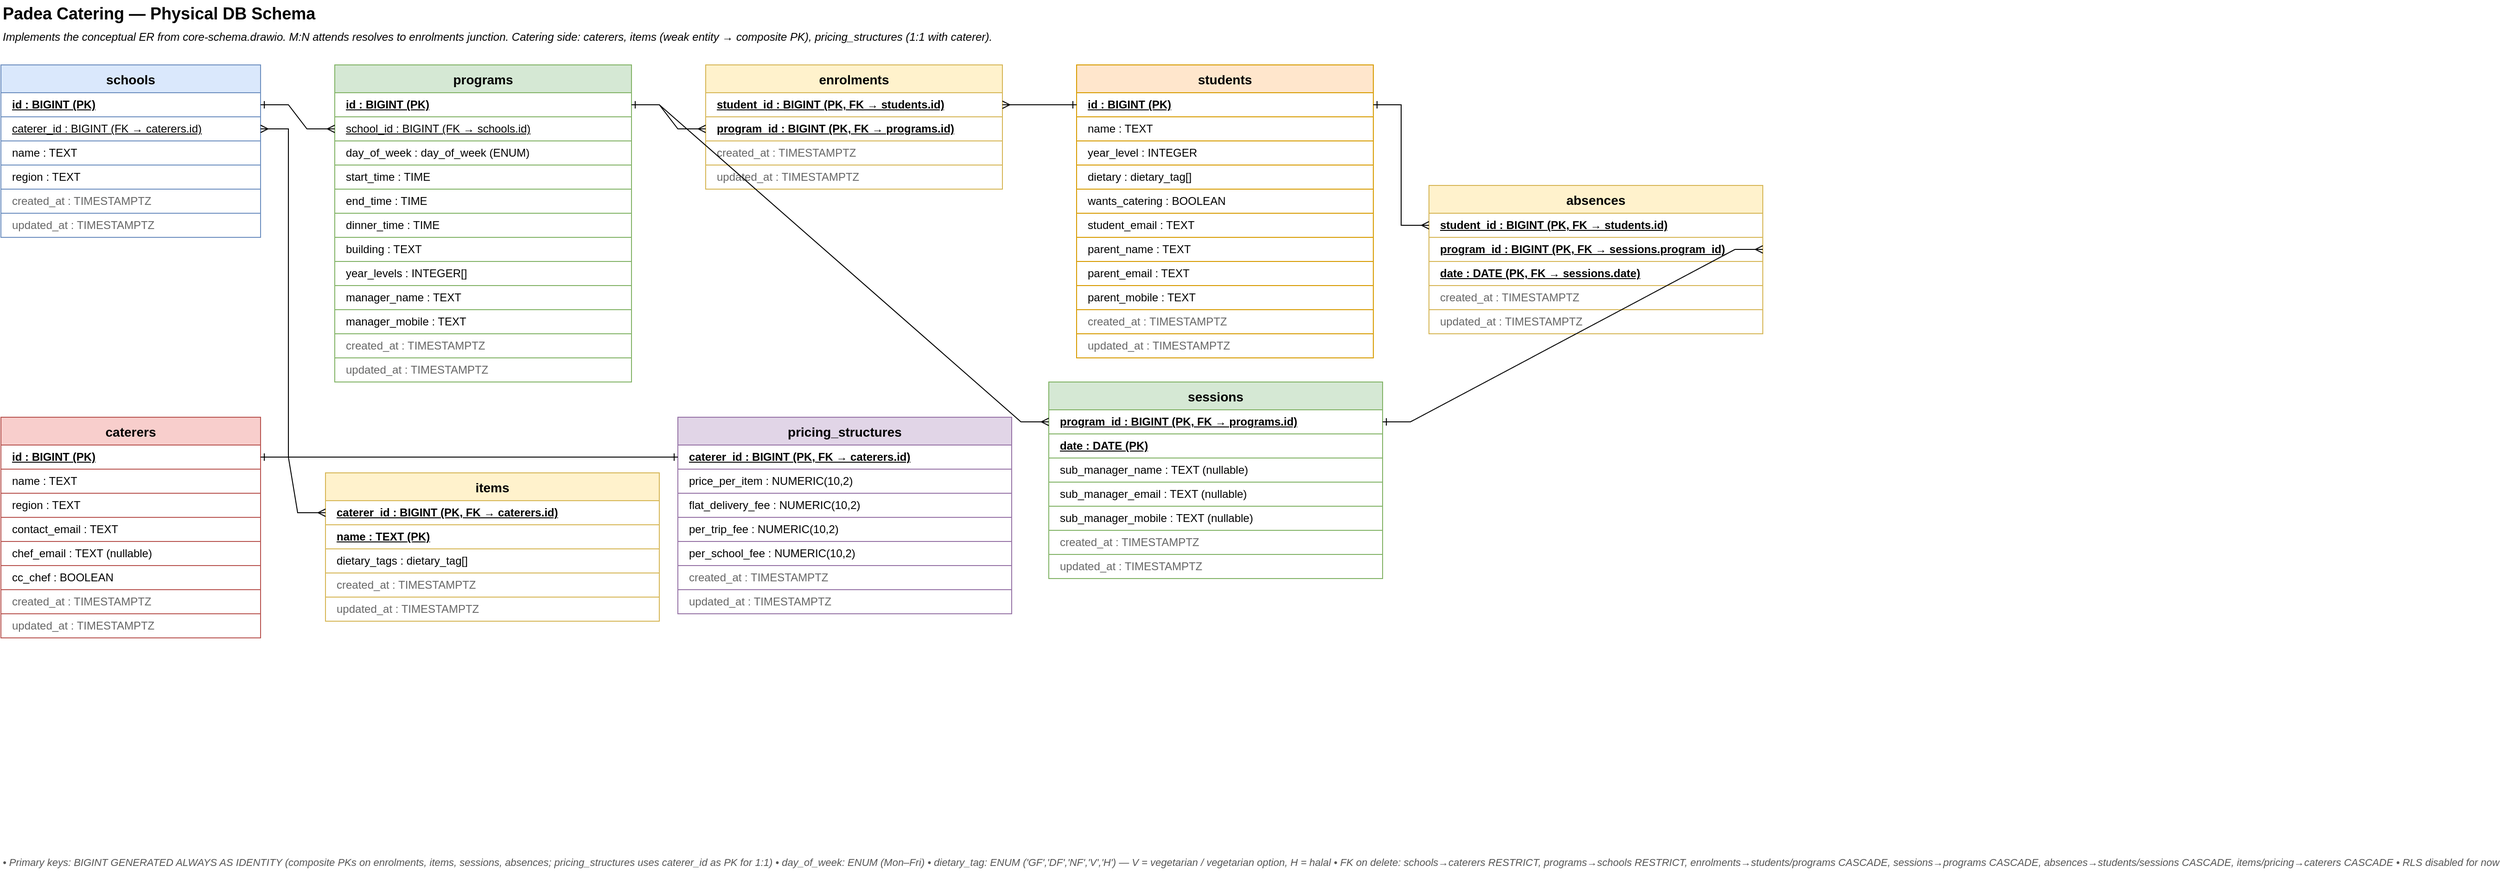
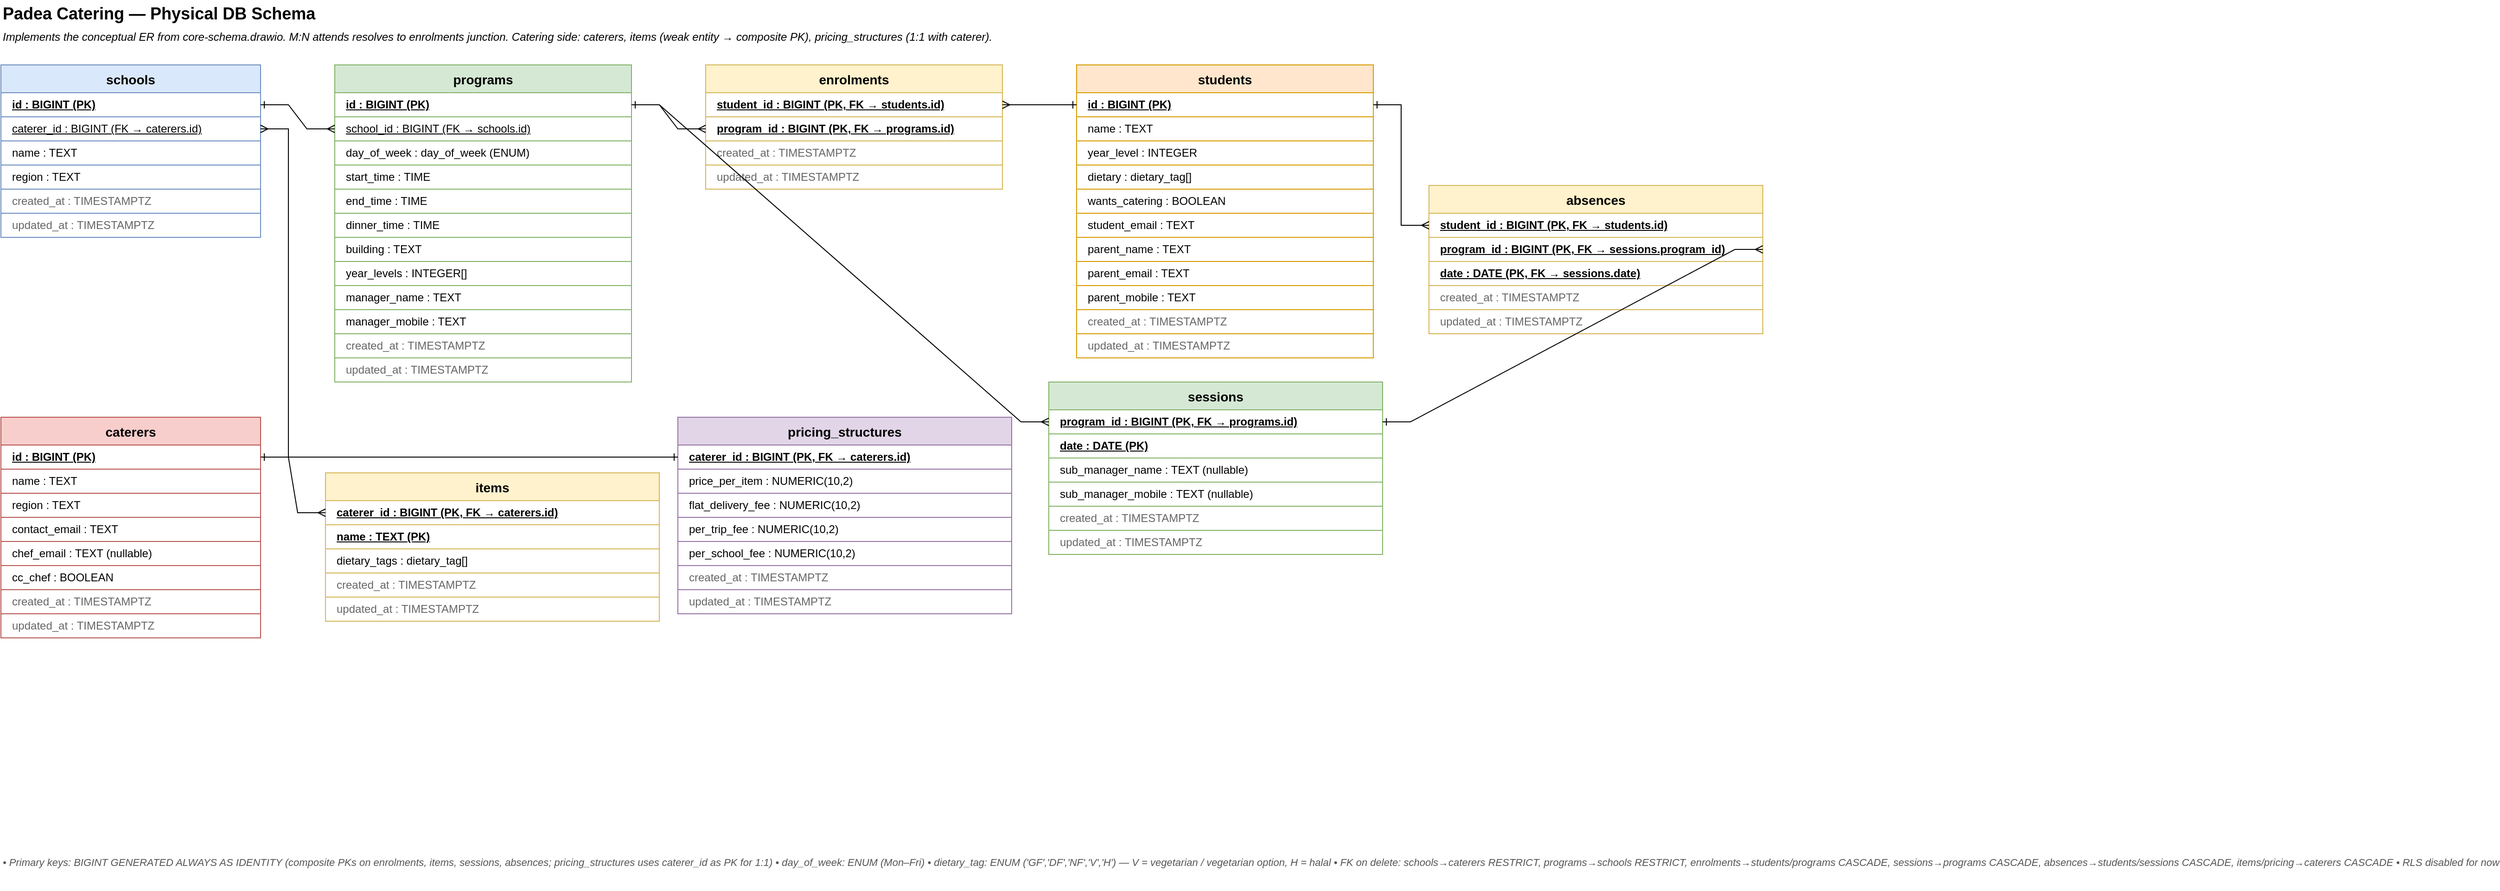
<mxfile host="65bd71144e">
    <diagram name="DB Schema" id="db-schema">
        <mxGraphModel dx="714" dy="779" grid="1" gridSize="10" guides="1" tooltips="1" connect="1" arrows="1" fold="1" page="1" pageScale="1" pageWidth="1700" pageHeight="1000" math="0" shadow="0">
            <root>
                <mxCell id="0"/>
                <mxCell id="1" parent="0"/>
                <mxCell id="title" value="Padea Catering — Physical DB Schema" style="text;html=1;align=left;verticalAlign=middle;fontSize=18;fontStyle=1;" parent="1" vertex="1">
                    <mxGeometry x="40" y="20" width="800" height="30" as="geometry"/>
                </mxCell>
                <mxCell id="subtitle" value="Implements the conceptual ER from core-schema.drawio. M:N attends resolves to enrolments junction. Catering side: caterers, items (weak entity → composite PK), pricing_structures (1:1 with caterer)." style="text;html=1;align=left;verticalAlign=middle;fontSize=12;fontStyle=2;" parent="1" vertex="1">
                    <mxGeometry x="40" y="50" width="1500" height="20" as="geometry"/>
                </mxCell>
                <mxCell id="schools" value="schools" style="shape=table;startSize=30;container=1;collapsible=0;childLayout=tableLayout;fontSize=14;fontStyle=1;fillColor=#dae8fc;strokeColor=#6c8ebf;" parent="1" vertex="1">
                    <mxGeometry x="40" y="90" width="280" height="186" as="geometry"/>
                </mxCell>
                <mxCell id="schools-r1" value="" style="shape=tableRow;horizontal=0;startSize=0;swimlaneHead=0;swimlaneBody=0;strokeColor=inherit;top=0;left=0;bottom=0;right=0;collapsible=0;dropTarget=0;fillColor=none;points=[[0,0.5],[1,0.5]];portConstraint=eastwest;fontSize=12;" parent="schools" vertex="1">
                    <mxGeometry y="30" width="280" height="26" as="geometry"/>
                </mxCell>
                <mxCell id="schools-r1-c" value="id : BIGINT  (PK)" style="shape=partialRectangle;html=1;whiteSpace=wrap;connectable=0;strokeColor=inherit;overflow=hidden;fillColor=none;top=0;left=0;bottom=0;right=0;pointerEvents=1;fontStyle=5;align=left;spacingLeft=10;" parent="schools-r1" vertex="1">
                    <mxGeometry width="280" height="26" as="geometry"/>
                </mxCell>
                <mxCell id="schools-r-cat" value="" style="shape=tableRow;horizontal=0;startSize=0;swimlaneHead=0;swimlaneBody=0;strokeColor=inherit;top=0;left=0;bottom=0;right=0;collapsible=0;dropTarget=0;fillColor=none;points=[[0,0.5],[1,0.5]];portConstraint=eastwest;fontSize=12;" parent="schools" vertex="1">
                    <mxGeometry y="56" width="280" height="26" as="geometry"/>
                </mxCell>
                <mxCell id="schools-r-cat-c" value="caterer_id : BIGINT  (FK → caterers.id)" style="shape=partialRectangle;html=1;whiteSpace=wrap;connectable=0;strokeColor=inherit;overflow=hidden;fillColor=none;top=0;left=0;bottom=0;right=0;pointerEvents=1;fontStyle=4;align=left;spacingLeft=10;" parent="schools-r-cat" vertex="1">
                    <mxGeometry width="280" height="26" as="geometry"/>
                </mxCell>
                <mxCell id="schools-r2" value="" style="shape=tableRow;horizontal=0;startSize=0;swimlaneHead=0;swimlaneBody=0;strokeColor=inherit;top=0;left=0;bottom=0;right=0;collapsible=0;dropTarget=0;fillColor=none;points=[[0,0.5],[1,0.5]];portConstraint=eastwest;fontSize=12;" parent="schools" vertex="1">
                    <mxGeometry y="82" width="280" height="26" as="geometry"/>
                </mxCell>
                <mxCell id="schools-r2-c" value="name : TEXT" style="shape=partialRectangle;html=1;whiteSpace=wrap;connectable=0;strokeColor=inherit;overflow=hidden;fillColor=none;top=0;left=0;bottom=0;right=0;pointerEvents=1;align=left;spacingLeft=10;" parent="schools-r2" vertex="1">
                    <mxGeometry width="280" height="26" as="geometry"/>
                </mxCell>
                <mxCell id="schools-r3" value="" style="shape=tableRow;horizontal=0;startSize=0;swimlaneHead=0;swimlaneBody=0;strokeColor=inherit;top=0;left=0;bottom=0;right=0;collapsible=0;dropTarget=0;fillColor=none;points=[[0,0.5],[1,0.5]];portConstraint=eastwest;fontSize=12;" parent="schools" vertex="1">
                    <mxGeometry y="108" width="280" height="26" as="geometry"/>
                </mxCell>
                <mxCell id="schools-r3-c" value="region : TEXT" style="shape=partialRectangle;html=1;whiteSpace=wrap;connectable=0;strokeColor=inherit;overflow=hidden;fillColor=none;top=0;left=0;bottom=0;right=0;pointerEvents=1;align=left;spacingLeft=10;" parent="schools-r3" vertex="1">
                    <mxGeometry width="280" height="26" as="geometry"/>
                </mxCell>
                <mxCell id="schools-r4" value="" style="shape=tableRow;horizontal=0;startSize=0;swimlaneHead=0;swimlaneBody=0;strokeColor=inherit;top=0;left=0;bottom=0;right=0;collapsible=0;dropTarget=0;fillColor=none;points=[[0,0.5],[1,0.5]];portConstraint=eastwest;fontSize=12;" parent="schools" vertex="1">
                    <mxGeometry y="134" width="280" height="26" as="geometry"/>
                </mxCell>
                <mxCell id="schools-r4-c" value="created_at : TIMESTAMPTZ" style="shape=partialRectangle;html=1;whiteSpace=wrap;connectable=0;strokeColor=inherit;overflow=hidden;fillColor=none;top=0;left=0;bottom=0;right=0;pointerEvents=1;align=left;spacingLeft=10;fontColor=#666666;" parent="schools-r4" vertex="1">
                    <mxGeometry width="280" height="26" as="geometry"/>
                </mxCell>
                <mxCell id="schools-r5" value="" style="shape=tableRow;horizontal=0;startSize=0;swimlaneHead=0;swimlaneBody=0;strokeColor=inherit;top=0;left=0;bottom=0;right=0;collapsible=0;dropTarget=0;fillColor=none;points=[[0,0.5],[1,0.5]];portConstraint=eastwest;fontSize=12;" parent="schools" vertex="1">
                    <mxGeometry y="160" width="280" height="26" as="geometry"/>
                </mxCell>
                <mxCell id="schools-r5-c" value="updated_at : TIMESTAMPTZ" style="shape=partialRectangle;html=1;whiteSpace=wrap;connectable=0;strokeColor=inherit;overflow=hidden;fillColor=none;top=0;left=0;bottom=0;right=0;pointerEvents=1;align=left;spacingLeft=10;fontColor=#666666;" parent="schools-r5" vertex="1">
                    <mxGeometry width="280" height="26" as="geometry"/>
                </mxCell>
                <mxCell id="sessions" value="programs" style="shape=table;startSize=30;container=1;collapsible=0;childLayout=tableLayout;fontSize=14;fontStyle=1;fillColor=#d5e8d4;strokeColor=#82b366;" parent="1" vertex="1">
                    <mxGeometry x="400" y="90" width="320" height="342" as="geometry"/>
                </mxCell>
                <mxCell id="sessions-r1" value="" style="shape=tableRow;horizontal=0;startSize=0;swimlaneHead=0;swimlaneBody=0;strokeColor=inherit;top=0;left=0;bottom=0;right=0;collapsible=0;dropTarget=0;fillColor=none;points=[[0,0.5],[1,0.5]];portConstraint=eastwest;fontSize=12;" parent="sessions" vertex="1">
                    <mxGeometry y="30" width="320" height="26" as="geometry"/>
                </mxCell>
                <mxCell id="sessions-r1-c" value="id : BIGINT  (PK)" style="shape=partialRectangle;html=1;whiteSpace=wrap;connectable=0;strokeColor=inherit;overflow=hidden;fillColor=none;top=0;left=0;bottom=0;right=0;pointerEvents=1;fontStyle=5;align=left;spacingLeft=10;" parent="sessions-r1" vertex="1">
                    <mxGeometry width="320" height="26" as="geometry">
                        <mxRectangle width="320" height="26" as="alternateBounds"/>
                    </mxGeometry>
                </mxCell>
                <mxCell id="sessions-r2" value="" style="shape=tableRow;horizontal=0;startSize=0;swimlaneHead=0;swimlaneBody=0;strokeColor=inherit;top=0;left=0;bottom=0;right=0;collapsible=0;dropTarget=0;fillColor=none;points=[[0,0.5],[1,0.5]];portConstraint=eastwest;fontSize=12;" parent="sessions" vertex="1">
                    <mxGeometry y="56" width="320" height="26" as="geometry"/>
                </mxCell>
                <mxCell id="sessions-r2-c" value="school_id : BIGINT  (FK → schools.id)" style="shape=partialRectangle;html=1;whiteSpace=wrap;connectable=0;strokeColor=inherit;overflow=hidden;fillColor=none;top=0;left=0;bottom=0;right=0;pointerEvents=1;fontStyle=4;align=left;spacingLeft=10;" parent="sessions-r2" vertex="1">
                    <mxGeometry width="320" height="26" as="geometry">
                        <mxRectangle width="320" height="26" as="alternateBounds"/>
                    </mxGeometry>
                </mxCell>
                <mxCell id="sessions-r3" value="" style="shape=tableRow;horizontal=0;startSize=0;swimlaneHead=0;swimlaneBody=0;strokeColor=inherit;top=0;left=0;bottom=0;right=0;collapsible=0;dropTarget=0;fillColor=none;points=[[0,0.5],[1,0.5]];portConstraint=eastwest;fontSize=12;" parent="sessions" vertex="1">
                    <mxGeometry y="82" width="320" height="26" as="geometry"/>
                </mxCell>
                <mxCell id="sessions-r3-c" value="day_of_week : day_of_week (ENUM)" style="shape=partialRectangle;html=1;whiteSpace=wrap;connectable=0;strokeColor=inherit;overflow=hidden;fillColor=none;top=0;left=0;bottom=0;right=0;pointerEvents=1;align=left;spacingLeft=10;" parent="sessions-r3" vertex="1">
                    <mxGeometry width="320" height="26" as="geometry">
                        <mxRectangle width="320" height="26" as="alternateBounds"/>
                    </mxGeometry>
                </mxCell>
                <mxCell id="sessions-r4" value="" style="shape=tableRow;horizontal=0;startSize=0;swimlaneHead=0;swimlaneBody=0;strokeColor=inherit;top=0;left=0;bottom=0;right=0;collapsible=0;dropTarget=0;fillColor=none;points=[[0,0.5],[1,0.5]];portConstraint=eastwest;fontSize=12;" parent="sessions" vertex="1">
                    <mxGeometry y="108" width="320" height="26" as="geometry"/>
                </mxCell>
                <mxCell id="sessions-r4-c" value="start_time : TIME" style="shape=partialRectangle;html=1;whiteSpace=wrap;connectable=0;strokeColor=inherit;overflow=hidden;fillColor=none;top=0;left=0;bottom=0;right=0;pointerEvents=1;align=left;spacingLeft=10;" parent="sessions-r4" vertex="1">
                    <mxGeometry width="320" height="26" as="geometry">
                        <mxRectangle width="320" height="26" as="alternateBounds"/>
                    </mxGeometry>
                </mxCell>
                <mxCell id="sessions-r5" value="" style="shape=tableRow;horizontal=0;startSize=0;swimlaneHead=0;swimlaneBody=0;strokeColor=inherit;top=0;left=0;bottom=0;right=0;collapsible=0;dropTarget=0;fillColor=none;points=[[0,0.5],[1,0.5]];portConstraint=eastwest;fontSize=12;" parent="sessions" vertex="1">
                    <mxGeometry y="134" width="320" height="26" as="geometry"/>
                </mxCell>
                <mxCell id="sessions-r5-c" value="end_time : TIME" style="shape=partialRectangle;html=1;whiteSpace=wrap;connectable=0;strokeColor=inherit;overflow=hidden;fillColor=none;top=0;left=0;bottom=0;right=0;pointerEvents=1;align=left;spacingLeft=10;" parent="sessions-r5" vertex="1">
                    <mxGeometry width="320" height="26" as="geometry">
                        <mxRectangle width="320" height="26" as="alternateBounds"/>
                    </mxGeometry>
                </mxCell>
                <mxCell id="sessions-r6" value="" style="shape=tableRow;horizontal=0;startSize=0;swimlaneHead=0;swimlaneBody=0;strokeColor=inherit;top=0;left=0;bottom=0;right=0;collapsible=0;dropTarget=0;fillColor=none;points=[[0,0.5],[1,0.5]];portConstraint=eastwest;fontSize=12;" parent="sessions" vertex="1">
                    <mxGeometry y="160" width="320" height="26" as="geometry"/>
                </mxCell>
                <mxCell id="sessions-r6-c" value="dinner_time : TIME" style="shape=partialRectangle;html=1;whiteSpace=wrap;connectable=0;strokeColor=inherit;overflow=hidden;fillColor=none;top=0;left=0;bottom=0;right=0;pointerEvents=1;align=left;spacingLeft=10;" parent="sessions-r6" vertex="1">
                    <mxGeometry width="320" height="26" as="geometry">
                        <mxRectangle width="320" height="26" as="alternateBounds"/>
                    </mxGeometry>
                </mxCell>
                <mxCell id="sessions-r7" value="" style="shape=tableRow;horizontal=0;startSize=0;swimlaneHead=0;swimlaneBody=0;strokeColor=inherit;top=0;left=0;bottom=0;right=0;collapsible=0;dropTarget=0;fillColor=none;points=[[0,0.5],[1,0.5]];portConstraint=eastwest;fontSize=12;" parent="sessions" vertex="1">
                    <mxGeometry y="186" width="320" height="26" as="geometry"/>
                </mxCell>
                <mxCell id="sessions-r7-c" value="building : TEXT" style="shape=partialRectangle;html=1;whiteSpace=wrap;connectable=0;strokeColor=inherit;overflow=hidden;fillColor=none;top=0;left=0;bottom=0;right=0;pointerEvents=1;align=left;spacingLeft=10;" parent="sessions-r7" vertex="1">
                    <mxGeometry width="320" height="26" as="geometry">
                        <mxRectangle width="320" height="26" as="alternateBounds"/>
                    </mxGeometry>
                </mxCell>
                <mxCell id="sessions-r8" value="" style="shape=tableRow;horizontal=0;startSize=0;swimlaneHead=0;swimlaneBody=0;strokeColor=inherit;top=0;left=0;bottom=0;right=0;collapsible=0;dropTarget=0;fillColor=none;points=[[0,0.5],[1,0.5]];portConstraint=eastwest;fontSize=12;" parent="sessions" vertex="1">
                    <mxGeometry y="212" width="320" height="26" as="geometry"/>
                </mxCell>
                <mxCell id="sessions-r8-c" value="year_levels : INTEGER[]" style="shape=partialRectangle;html=1;whiteSpace=wrap;connectable=0;strokeColor=inherit;overflow=hidden;fillColor=none;top=0;left=0;bottom=0;right=0;pointerEvents=1;align=left;spacingLeft=10;" parent="sessions-r8" vertex="1">
                    <mxGeometry width="320" height="26" as="geometry">
                        <mxRectangle width="320" height="26" as="alternateBounds"/>
                    </mxGeometry>
                </mxCell>
                <mxCell id="sessions-r9" value="" style="shape=tableRow;horizontal=0;startSize=0;swimlaneHead=0;swimlaneBody=0;strokeColor=inherit;top=0;left=0;bottom=0;right=0;collapsible=0;dropTarget=0;fillColor=none;points=[[0,0.5],[1,0.5]];portConstraint=eastwest;fontSize=12;" parent="sessions" vertex="1">
                    <mxGeometry y="238" width="320" height="26" as="geometry"/>
                </mxCell>
                <mxCell id="sessions-r9-c" value="manager_name : TEXT" style="shape=partialRectangle;html=1;whiteSpace=wrap;connectable=0;strokeColor=inherit;overflow=hidden;fillColor=none;top=0;left=0;bottom=0;right=0;pointerEvents=1;align=left;spacingLeft=10;" parent="sessions-r9" vertex="1">
                    <mxGeometry width="320" height="26" as="geometry">
                        <mxRectangle width="320" height="26" as="alternateBounds"/>
                    </mxGeometry>
                </mxCell>
                <mxCell id="sessions-r10" value="" style="shape=tableRow;horizontal=0;startSize=0;swimlaneHead=0;swimlaneBody=0;strokeColor=inherit;top=0;left=0;bottom=0;right=0;collapsible=0;dropTarget=0;fillColor=none;points=[[0,0.5],[1,0.5]];portConstraint=eastwest;fontSize=12;" parent="sessions" vertex="1">
                    <mxGeometry y="264" width="320" height="26" as="geometry"/>
                </mxCell>
                <mxCell id="sessions-r10-c" value="manager_mobile : TEXT" style="shape=partialRectangle;html=1;whiteSpace=wrap;connectable=0;strokeColor=inherit;overflow=hidden;fillColor=none;top=0;left=0;bottom=0;right=0;pointerEvents=1;align=left;spacingLeft=10;" parent="sessions-r10" vertex="1">
                    <mxGeometry width="320" height="26" as="geometry">
                        <mxRectangle width="320" height="26" as="alternateBounds"/>
                    </mxGeometry>
                </mxCell>
                <mxCell id="sessions-r11" value="" style="shape=tableRow;horizontal=0;startSize=0;swimlaneHead=0;swimlaneBody=0;strokeColor=inherit;top=0;left=0;bottom=0;right=0;collapsible=0;dropTarget=0;fillColor=none;points=[[0,0.5],[1,0.5]];portConstraint=eastwest;fontSize=12;" parent="sessions" vertex="1">
                    <mxGeometry y="290" width="320" height="26" as="geometry"/>
                </mxCell>
                <mxCell id="sessions-r11-c" value="created_at : TIMESTAMPTZ" style="shape=partialRectangle;html=1;whiteSpace=wrap;connectable=0;strokeColor=inherit;overflow=hidden;fillColor=none;top=0;left=0;bottom=0;right=0;pointerEvents=1;align=left;spacingLeft=10;fontColor=#666666;" parent="sessions-r11" vertex="1">
                    <mxGeometry width="320" height="26" as="geometry">
                        <mxRectangle width="320" height="26" as="alternateBounds"/>
                    </mxGeometry>
                </mxCell>
                <mxCell id="sessions-r12" value="" style="shape=tableRow;horizontal=0;startSize=0;swimlaneHead=0;swimlaneBody=0;strokeColor=inherit;top=0;left=0;bottom=0;right=0;collapsible=0;dropTarget=0;fillColor=none;points=[[0,0.5],[1,0.5]];portConstraint=eastwest;fontSize=12;" parent="sessions" vertex="1">
                    <mxGeometry y="316" width="320" height="26" as="geometry"/>
                </mxCell>
                <mxCell id="sessions-r12-c" value="updated_at : TIMESTAMPTZ" style="shape=partialRectangle;html=1;whiteSpace=wrap;connectable=0;strokeColor=inherit;overflow=hidden;fillColor=none;top=0;left=0;bottom=0;right=0;pointerEvents=1;align=left;spacingLeft=10;fontColor=#666666;" parent="sessions-r12" vertex="1">
                    <mxGeometry width="320" height="26" as="geometry">
                        <mxRectangle width="320" height="26" as="alternateBounds"/>
                    </mxGeometry>
                </mxCell>
                <mxCell id="enrolments" value="enrolments" style="shape=table;startSize=30;container=1;collapsible=0;childLayout=tableLayout;fontSize=14;fontStyle=1;fillColor=#fff2cc;strokeColor=#d6b656;" parent="1" vertex="1">
                    <mxGeometry x="800" y="90" width="320" height="134" as="geometry"/>
                </mxCell>
                <mxCell id="enrolments-r2" value="" style="shape=tableRow;horizontal=0;startSize=0;swimlaneHead=0;swimlaneBody=0;strokeColor=inherit;top=0;left=0;bottom=0;right=0;collapsible=0;dropTarget=0;fillColor=none;points=[[0,0.5],[1,0.5]];portConstraint=eastwest;fontSize=12;" parent="enrolments" vertex="1">
                    <mxGeometry y="30" width="320" height="26" as="geometry"/>
                </mxCell>
                <mxCell id="enrolments-r2-c" value="student_id : BIGINT  (PK, FK → students.id)" style="shape=partialRectangle;html=1;whiteSpace=wrap;connectable=0;strokeColor=inherit;overflow=hidden;fillColor=none;top=0;left=0;bottom=0;right=0;pointerEvents=1;fontStyle=5;align=left;spacingLeft=10;" parent="enrolments-r2" vertex="1">
                    <mxGeometry width="320" height="26" as="geometry">
                        <mxRectangle width="320" height="26" as="alternateBounds"/>
                    </mxGeometry>
                </mxCell>
                <mxCell id="enrolments-r3" value="" style="shape=tableRow;horizontal=0;startSize=0;swimlaneHead=0;swimlaneBody=0;strokeColor=inherit;top=0;left=0;bottom=0;right=0;collapsible=0;dropTarget=0;fillColor=none;points=[[0,0.5],[1,0.5]];portConstraint=eastwest;fontSize=12;" parent="enrolments" vertex="1">
                    <mxGeometry y="56" width="320" height="26" as="geometry"/>
                </mxCell>
                <mxCell id="enrolments-r3-c" value="program_id : BIGINT  (PK, FK → programs.id)" style="shape=partialRectangle;html=1;whiteSpace=wrap;connectable=0;strokeColor=inherit;overflow=hidden;fillColor=none;top=0;left=0;bottom=0;right=0;pointerEvents=1;fontStyle=5;align=left;spacingLeft=10;" parent="enrolments-r3" vertex="1">
                    <mxGeometry width="320" height="26" as="geometry">
                        <mxRectangle width="320" height="26" as="alternateBounds"/>
                    </mxGeometry>
                </mxCell>
                <mxCell id="enrolments-r4" value="" style="shape=tableRow;horizontal=0;startSize=0;swimlaneHead=0;swimlaneBody=0;strokeColor=inherit;top=0;left=0;bottom=0;right=0;collapsible=0;dropTarget=0;fillColor=none;points=[[0,0.5],[1,0.5]];portConstraint=eastwest;fontSize=12;" parent="enrolments" vertex="1">
                    <mxGeometry y="82" width="320" height="26" as="geometry"/>
                </mxCell>
                <mxCell id="enrolments-r4-c" value="created_at : TIMESTAMPTZ" style="shape=partialRectangle;html=1;whiteSpace=wrap;connectable=0;strokeColor=inherit;overflow=hidden;fillColor=none;top=0;left=0;bottom=0;right=0;pointerEvents=1;align=left;spacingLeft=10;fontColor=#666666;" parent="enrolments-r4" vertex="1">
                    <mxGeometry width="320" height="26" as="geometry">
                        <mxRectangle width="320" height="26" as="alternateBounds"/>
                    </mxGeometry>
                </mxCell>
                <mxCell id="enrolments-r5" value="" style="shape=tableRow;horizontal=0;startSize=0;swimlaneHead=0;swimlaneBody=0;strokeColor=inherit;top=0;left=0;bottom=0;right=0;collapsible=0;dropTarget=0;fillColor=none;points=[[0,0.5],[1,0.5]];portConstraint=eastwest;fontSize=12;" parent="enrolments" vertex="1">
                    <mxGeometry y="108" width="320" height="26" as="geometry"/>
                </mxCell>
                <mxCell id="enrolments-r5-c" value="updated_at : TIMESTAMPTZ" style="shape=partialRectangle;html=1;whiteSpace=wrap;connectable=0;strokeColor=inherit;overflow=hidden;fillColor=none;top=0;left=0;bottom=0;right=0;pointerEvents=1;align=left;spacingLeft=10;fontColor=#666666;" parent="enrolments-r5" vertex="1">
                    <mxGeometry width="320" height="26" as="geometry">
                        <mxRectangle width="320" height="26" as="alternateBounds"/>
                    </mxGeometry>
                </mxCell>
                <mxCell id="students" value="students" style="shape=table;startSize=30;container=1;collapsible=0;childLayout=tableLayout;fontSize=14;fontStyle=1;fillColor=#ffe6cc;strokeColor=#d79b00;" parent="1" vertex="1">
                    <mxGeometry x="1200" y="90" width="320" height="316" as="geometry"/>
                </mxCell>
                <mxCell id="students-r1" value="" style="shape=tableRow;horizontal=0;startSize=0;swimlaneHead=0;swimlaneBody=0;strokeColor=inherit;top=0;left=0;bottom=0;right=0;collapsible=0;dropTarget=0;fillColor=none;points=[[0,0.5],[1,0.5]];portConstraint=eastwest;fontSize=12;" parent="students" vertex="1">
                    <mxGeometry y="30" width="320" height="26" as="geometry"/>
                </mxCell>
                <mxCell id="students-r1-c" value="id : BIGINT  (PK)" style="shape=partialRectangle;html=1;whiteSpace=wrap;connectable=0;strokeColor=inherit;overflow=hidden;fillColor=none;top=0;left=0;bottom=0;right=0;pointerEvents=1;fontStyle=5;align=left;spacingLeft=10;" parent="students-r1" vertex="1">
                    <mxGeometry width="320" height="26" as="geometry"/>
                </mxCell>
                <mxCell id="students-r2" value="" style="shape=tableRow;horizontal=0;startSize=0;swimlaneHead=0;swimlaneBody=0;strokeColor=inherit;top=0;left=0;bottom=0;right=0;collapsible=0;dropTarget=0;fillColor=none;points=[[0,0.5],[1,0.5]];portConstraint=eastwest;fontSize=12;" parent="students" vertex="1">
                    <mxGeometry y="56" width="320" height="26" as="geometry"/>
                </mxCell>
                <mxCell id="students-r2-c" value="name : TEXT" style="shape=partialRectangle;html=1;whiteSpace=wrap;connectable=0;strokeColor=inherit;overflow=hidden;fillColor=none;top=0;left=0;bottom=0;right=0;pointerEvents=1;align=left;spacingLeft=10;" parent="students-r2" vertex="1">
                    <mxGeometry width="320" height="26" as="geometry"/>
                </mxCell>
                <mxCell id="students-r3" value="" style="shape=tableRow;horizontal=0;startSize=0;swimlaneHead=0;swimlaneBody=0;strokeColor=inherit;top=0;left=0;bottom=0;right=0;collapsible=0;dropTarget=0;fillColor=none;points=[[0,0.5],[1,0.5]];portConstraint=eastwest;fontSize=12;" parent="students" vertex="1">
                    <mxGeometry y="82" width="320" height="26" as="geometry"/>
                </mxCell>
                <mxCell id="students-r3-c" value="year_level : INTEGER" style="shape=partialRectangle;html=1;whiteSpace=wrap;connectable=0;strokeColor=inherit;overflow=hidden;fillColor=none;top=0;left=0;bottom=0;right=0;pointerEvents=1;align=left;spacingLeft=10;" parent="students-r3" vertex="1">
                    <mxGeometry width="320" height="26" as="geometry"/>
                </mxCell>
                <mxCell id="students-r4" value="" style="shape=tableRow;horizontal=0;startSize=0;swimlaneHead=0;swimlaneBody=0;strokeColor=inherit;top=0;left=0;bottom=0;right=0;collapsible=0;dropTarget=0;fillColor=none;points=[[0,0.5],[1,0.5]];portConstraint=eastwest;fontSize=12;" parent="students" vertex="1">
                    <mxGeometry y="108" width="320" height="26" as="geometry"/>
                </mxCell>
                <mxCell id="students-r4-c" value="dietary : dietary_tag[]" style="shape=partialRectangle;html=1;whiteSpace=wrap;connectable=0;strokeColor=inherit;overflow=hidden;fillColor=none;top=0;left=0;bottom=0;right=0;pointerEvents=1;align=left;spacingLeft=10;" parent="students-r4" vertex="1">
                    <mxGeometry width="320" height="26" as="geometry"/>
                </mxCell>
                <mxCell id="students-r-wc" value="" style="shape=tableRow;horizontal=0;startSize=0;swimlaneHead=0;swimlaneBody=0;strokeColor=inherit;top=0;left=0;bottom=0;right=0;collapsible=0;dropTarget=0;fillColor=none;points=[[0,0.5],[1,0.5]];portConstraint=eastwest;fontSize=12;" parent="students" vertex="1">
                    <mxGeometry y="134" width="320" height="26" as="geometry"/>
                </mxCell>
                <mxCell id="students-r-wc-c" value="wants_catering : BOOLEAN" style="shape=partialRectangle;html=1;whiteSpace=wrap;connectable=0;strokeColor=inherit;overflow=hidden;fillColor=none;top=0;left=0;bottom=0;right=0;pointerEvents=1;align=left;spacingLeft=10;" parent="students-r-wc" vertex="1">
                    <mxGeometry width="320" height="26" as="geometry"/>
                </mxCell>
                <mxCell id="students-r5" value="" style="shape=tableRow;horizontal=0;startSize=0;swimlaneHead=0;swimlaneBody=0;strokeColor=inherit;top=0;left=0;bottom=0;right=0;collapsible=0;dropTarget=0;fillColor=none;points=[[0,0.5],[1,0.5]];portConstraint=eastwest;fontSize=12;" parent="students" vertex="1">
                    <mxGeometry y="160" width="320" height="26" as="geometry"/>
                </mxCell>
                <mxCell id="students-r5-c" value="student_email : TEXT" style="shape=partialRectangle;html=1;whiteSpace=wrap;connectable=0;strokeColor=inherit;overflow=hidden;fillColor=none;top=0;left=0;bottom=0;right=0;pointerEvents=1;align=left;spacingLeft=10;" parent="students-r5" vertex="1">
                    <mxGeometry width="320" height="26" as="geometry"/>
                </mxCell>
                <mxCell id="students-r6" value="" style="shape=tableRow;horizontal=0;startSize=0;swimlaneHead=0;swimlaneBody=0;strokeColor=inherit;top=0;left=0;bottom=0;right=0;collapsible=0;dropTarget=0;fillColor=none;points=[[0,0.5],[1,0.5]];portConstraint=eastwest;fontSize=12;" parent="students" vertex="1">
                    <mxGeometry y="186" width="320" height="26" as="geometry"/>
                </mxCell>
                <mxCell id="students-r6-c" value="parent_name : TEXT" style="shape=partialRectangle;html=1;whiteSpace=wrap;connectable=0;strokeColor=inherit;overflow=hidden;fillColor=none;top=0;left=0;bottom=0;right=0;pointerEvents=1;align=left;spacingLeft=10;" parent="students-r6" vertex="1">
                    <mxGeometry width="320" height="26" as="geometry"/>
                </mxCell>
                <mxCell id="students-r7" value="" style="shape=tableRow;horizontal=0;startSize=0;swimlaneHead=0;swimlaneBody=0;strokeColor=inherit;top=0;left=0;bottom=0;right=0;collapsible=0;dropTarget=0;fillColor=none;points=[[0,0.5],[1,0.5]];portConstraint=eastwest;fontSize=12;" parent="students" vertex="1">
                    <mxGeometry y="212" width="320" height="26" as="geometry"/>
                </mxCell>
                <mxCell id="students-r7-c" value="parent_email : TEXT" style="shape=partialRectangle;html=1;whiteSpace=wrap;connectable=0;strokeColor=inherit;overflow=hidden;fillColor=none;top=0;left=0;bottom=0;right=0;pointerEvents=1;align=left;spacingLeft=10;" parent="students-r7" vertex="1">
                    <mxGeometry width="320" height="26" as="geometry"/>
                </mxCell>
                <mxCell id="students-r8" value="" style="shape=tableRow;horizontal=0;startSize=0;swimlaneHead=0;swimlaneBody=0;strokeColor=inherit;top=0;left=0;bottom=0;right=0;collapsible=0;dropTarget=0;fillColor=none;points=[[0,0.5],[1,0.5]];portConstraint=eastwest;fontSize=12;" parent="students" vertex="1">
                    <mxGeometry y="238" width="320" height="26" as="geometry"/>
                </mxCell>
                <mxCell id="students-r8-c" value="parent_mobile : TEXT" style="shape=partialRectangle;html=1;whiteSpace=wrap;connectable=0;strokeColor=inherit;overflow=hidden;fillColor=none;top=0;left=0;bottom=0;right=0;pointerEvents=1;align=left;spacingLeft=10;" parent="students-r8" vertex="1">
                    <mxGeometry width="320" height="26" as="geometry"/>
                </mxCell>
                <mxCell id="students-r9" value="" style="shape=tableRow;horizontal=0;startSize=0;swimlaneHead=0;swimlaneBody=0;strokeColor=inherit;top=0;left=0;bottom=0;right=0;collapsible=0;dropTarget=0;fillColor=none;points=[[0,0.5],[1,0.5]];portConstraint=eastwest;fontSize=12;" parent="students" vertex="1">
                    <mxGeometry y="264" width="320" height="26" as="geometry"/>
                </mxCell>
                <mxCell id="students-r9-c" value="created_at : TIMESTAMPTZ" style="shape=partialRectangle;html=1;whiteSpace=wrap;connectable=0;strokeColor=inherit;overflow=hidden;fillColor=none;top=0;left=0;bottom=0;right=0;pointerEvents=1;align=left;spacingLeft=10;fontColor=#666666;" parent="students-r9" vertex="1">
                    <mxGeometry width="320" height="26" as="geometry"/>
                </mxCell>
                <mxCell id="students-r10" value="" style="shape=tableRow;horizontal=0;startSize=0;swimlaneHead=0;swimlaneBody=0;strokeColor=inherit;top=0;left=0;bottom=0;right=0;collapsible=0;dropTarget=0;fillColor=none;points=[[0,0.5],[1,0.5]];portConstraint=eastwest;fontSize=12;" parent="students" vertex="1">
                    <mxGeometry y="290" width="320" height="26" as="geometry"/>
                </mxCell>
                <mxCell id="students-r10-c" value="updated_at : TIMESTAMPTZ" style="shape=partialRectangle;html=1;whiteSpace=wrap;connectable=0;strokeColor=inherit;overflow=hidden;fillColor=none;top=0;left=0;bottom=0;right=0;pointerEvents=1;align=left;spacingLeft=10;fontColor=#666666;" parent="students-r10" vertex="1">
                    <mxGeometry width="320" height="26" as="geometry"/>
                </mxCell>
                <mxCell id="caterers" value="caterers" style="shape=table;startSize=30;container=1;collapsible=0;childLayout=tableLayout;fontSize=14;fontStyle=1;fillColor=#f8cecc;strokeColor=#b85450;" parent="1" vertex="1">
                    <mxGeometry x="40" y="470" width="280" height="238" as="geometry"/>
                </mxCell>
                <mxCell id="caterers-r1" value="" style="shape=tableRow;horizontal=0;startSize=0;swimlaneHead=0;swimlaneBody=0;strokeColor=inherit;top=0;left=0;bottom=0;right=0;collapsible=0;dropTarget=0;fillColor=none;points=[[0,0.5],[1,0.5]];portConstraint=eastwest;fontSize=12;" parent="caterers" vertex="1">
                    <mxGeometry y="30" width="280" height="26" as="geometry"/>
                </mxCell>
                <mxCell id="caterers-r1-c" value="id : BIGINT  (PK)" style="shape=partialRectangle;html=1;whiteSpace=wrap;connectable=0;strokeColor=inherit;overflow=hidden;fillColor=none;top=0;left=0;bottom=0;right=0;pointerEvents=1;fontStyle=5;align=left;spacingLeft=10;" parent="caterers-r1" vertex="1">
                    <mxGeometry width="280" height="26" as="geometry">
                        <mxRectangle width="280" height="26" as="alternateBounds"/>
                    </mxGeometry>
                </mxCell>
                <mxCell id="caterers-r2" value="" style="shape=tableRow;horizontal=0;startSize=0;swimlaneHead=0;swimlaneBody=0;strokeColor=inherit;top=0;left=0;bottom=0;right=0;collapsible=0;dropTarget=0;fillColor=none;points=[[0,0.5],[1,0.5]];portConstraint=eastwest;fontSize=12;" parent="caterers" vertex="1">
                    <mxGeometry y="56" width="280" height="26" as="geometry"/>
                </mxCell>
                <mxCell id="caterers-r2-c" value="name : TEXT" style="shape=partialRectangle;html=1;whiteSpace=wrap;connectable=0;strokeColor=inherit;overflow=hidden;fillColor=none;top=0;left=0;bottom=0;right=0;pointerEvents=1;align=left;spacingLeft=10;" parent="caterers-r2" vertex="1">
                    <mxGeometry width="280" height="26" as="geometry">
                        <mxRectangle width="280" height="26" as="alternateBounds"/>
                    </mxGeometry>
                </mxCell>
                <mxCell id="caterers-r3" value="" style="shape=tableRow;horizontal=0;startSize=0;swimlaneHead=0;swimlaneBody=0;strokeColor=inherit;top=0;left=0;bottom=0;right=0;collapsible=0;dropTarget=0;fillColor=none;points=[[0,0.5],[1,0.5]];portConstraint=eastwest;fontSize=12;" parent="caterers" vertex="1">
                    <mxGeometry y="82" width="280" height="26" as="geometry"/>
                </mxCell>
                <mxCell id="caterers-r3-c" value="region : TEXT" style="shape=partialRectangle;html=1;whiteSpace=wrap;connectable=0;strokeColor=inherit;overflow=hidden;fillColor=none;top=0;left=0;bottom=0;right=0;pointerEvents=1;align=left;spacingLeft=10;" parent="caterers-r3" vertex="1">
                    <mxGeometry width="280" height="26" as="geometry">
                        <mxRectangle width="280" height="26" as="alternateBounds"/>
                    </mxGeometry>
                </mxCell>
                <mxCell id="caterers-r-ce" value="" style="shape=tableRow;horizontal=0;startSize=0;swimlaneHead=0;swimlaneBody=0;strokeColor=inherit;top=0;left=0;bottom=0;right=0;collapsible=0;dropTarget=0;fillColor=none;points=[[0,0.5],[1,0.5]];portConstraint=eastwest;fontSize=12;" parent="caterers" vertex="1">
                    <mxGeometry y="108" width="280" height="26" as="geometry"/>
                </mxCell>
                <mxCell id="caterers-r-ce-c" value="contact_email : TEXT" style="shape=partialRectangle;html=1;whiteSpace=wrap;connectable=0;strokeColor=inherit;overflow=hidden;fillColor=none;top=0;left=0;bottom=0;right=0;pointerEvents=1;align=left;spacingLeft=10;" parent="caterers-r-ce" vertex="1">
                    <mxGeometry width="280" height="26" as="geometry">
                        <mxRectangle width="280" height="26" as="alternateBounds"/>
                    </mxGeometry>
                </mxCell>
                <mxCell id="caterers-r-che" value="" style="shape=tableRow;horizontal=0;startSize=0;swimlaneHead=0;swimlaneBody=0;strokeColor=inherit;top=0;left=0;bottom=0;right=0;collapsible=0;dropTarget=0;fillColor=none;points=[[0,0.5],[1,0.5]];portConstraint=eastwest;fontSize=12;" parent="caterers" vertex="1">
                    <mxGeometry y="134" width="280" height="26" as="geometry"/>
                </mxCell>
                <mxCell id="caterers-r-che-c" value="chef_email : TEXT  (nullable)" style="shape=partialRectangle;html=1;whiteSpace=wrap;connectable=0;strokeColor=inherit;overflow=hidden;fillColor=none;top=0;left=0;bottom=0;right=0;pointerEvents=1;align=left;spacingLeft=10;" parent="caterers-r-che" vertex="1">
                    <mxGeometry width="280" height="26" as="geometry">
                        <mxRectangle width="280" height="26" as="alternateBounds"/>
                    </mxGeometry>
                </mxCell>
                <mxCell id="caterers-r-cc" value="" style="shape=tableRow;horizontal=0;startSize=0;swimlaneHead=0;swimlaneBody=0;strokeColor=inherit;top=0;left=0;bottom=0;right=0;collapsible=0;dropTarget=0;fillColor=none;points=[[0,0.5],[1,0.5]];portConstraint=eastwest;fontSize=12;" parent="caterers" vertex="1">
                    <mxGeometry y="160" width="280" height="26" as="geometry"/>
                </mxCell>
                <mxCell id="caterers-r-cc-c" value="cc_chef : BOOLEAN" style="shape=partialRectangle;html=1;whiteSpace=wrap;connectable=0;strokeColor=inherit;overflow=hidden;fillColor=none;top=0;left=0;bottom=0;right=0;pointerEvents=1;align=left;spacingLeft=10;" parent="caterers-r-cc" vertex="1">
                    <mxGeometry width="280" height="26" as="geometry">
                        <mxRectangle width="280" height="26" as="alternateBounds"/>
                    </mxGeometry>
                </mxCell>
                <mxCell id="caterers-r4" value="" style="shape=tableRow;horizontal=0;startSize=0;swimlaneHead=0;swimlaneBody=0;strokeColor=inherit;top=0;left=0;bottom=0;right=0;collapsible=0;dropTarget=0;fillColor=none;points=[[0,0.5],[1,0.5]];portConstraint=eastwest;fontSize=12;" parent="caterers" vertex="1">
                    <mxGeometry y="186" width="280" height="26" as="geometry"/>
                </mxCell>
                <mxCell id="caterers-r4-c" value="created_at : TIMESTAMPTZ" style="shape=partialRectangle;html=1;whiteSpace=wrap;connectable=0;strokeColor=inherit;overflow=hidden;fillColor=none;top=0;left=0;bottom=0;right=0;pointerEvents=1;align=left;spacingLeft=10;fontColor=#666666;" parent="caterers-r4" vertex="1">
                    <mxGeometry width="280" height="26" as="geometry">
                        <mxRectangle width="280" height="26" as="alternateBounds"/>
                    </mxGeometry>
                </mxCell>
                <mxCell id="caterers-r5" value="" style="shape=tableRow;horizontal=0;startSize=0;swimlaneHead=0;swimlaneBody=0;strokeColor=inherit;top=0;left=0;bottom=0;right=0;collapsible=0;dropTarget=0;fillColor=none;points=[[0,0.5],[1,0.5]];portConstraint=eastwest;fontSize=12;" parent="caterers" vertex="1">
                    <mxGeometry y="212" width="280" height="26" as="geometry"/>
                </mxCell>
                <mxCell id="caterers-r5-c" value="updated_at : TIMESTAMPTZ" style="shape=partialRectangle;html=1;whiteSpace=wrap;connectable=0;strokeColor=inherit;overflow=hidden;fillColor=none;top=0;left=0;bottom=0;right=0;pointerEvents=1;align=left;spacingLeft=10;fontColor=#666666;" parent="caterers-r5" vertex="1">
                    <mxGeometry width="280" height="26" as="geometry">
                        <mxRectangle width="280" height="26" as="alternateBounds"/>
                    </mxGeometry>
                </mxCell>
                <mxCell id="items" value="items" style="shape=table;startSize=30;container=1;collapsible=0;childLayout=tableLayout;fontSize=14;fontStyle=1;fillColor=#fff2cc;strokeColor=#d6b656;" parent="1" vertex="1">
                    <mxGeometry x="390" y="530" width="360" height="160" as="geometry"/>
                </mxCell>
                <mxCell id="items-r1" value="" style="shape=tableRow;horizontal=0;startSize=0;swimlaneHead=0;swimlaneBody=0;strokeColor=inherit;top=0;left=0;bottom=0;right=0;collapsible=0;dropTarget=0;fillColor=none;points=[[0,0.5],[1,0.5]];portConstraint=eastwest;fontSize=12;" parent="items" vertex="1">
                    <mxGeometry y="30" width="360" height="26" as="geometry"/>
                </mxCell>
                <mxCell id="items-r1-c" value="caterer_id : BIGINT  (PK, FK → caterers.id)" style="shape=partialRectangle;html=1;whiteSpace=wrap;connectable=0;strokeColor=inherit;overflow=hidden;fillColor=none;top=0;left=0;bottom=0;right=0;pointerEvents=1;fontStyle=5;align=left;spacingLeft=10;" parent="items-r1" vertex="1">
                    <mxGeometry width="360" height="26" as="geometry">
                        <mxRectangle width="360" height="26" as="alternateBounds"/>
                    </mxGeometry>
                </mxCell>
                <mxCell id="items-r2" value="" style="shape=tableRow;horizontal=0;startSize=0;swimlaneHead=0;swimlaneBody=0;strokeColor=inherit;top=0;left=0;bottom=0;right=0;collapsible=0;dropTarget=0;fillColor=none;points=[[0,0.5],[1,0.5]];portConstraint=eastwest;fontSize=12;" parent="items" vertex="1">
                    <mxGeometry y="56" width="360" height="26" as="geometry"/>
                </mxCell>
                <mxCell id="items-r2-c" value="name : TEXT  (PK)" style="shape=partialRectangle;html=1;whiteSpace=wrap;connectable=0;strokeColor=inherit;overflow=hidden;fillColor=none;top=0;left=0;bottom=0;right=0;pointerEvents=1;fontStyle=5;align=left;spacingLeft=10;" parent="items-r2" vertex="1">
                    <mxGeometry width="360" height="26" as="geometry">
                        <mxRectangle width="360" height="26" as="alternateBounds"/>
                    </mxGeometry>
                </mxCell>
                <mxCell id="items-r3" value="" style="shape=tableRow;horizontal=0;startSize=0;swimlaneHead=0;swimlaneBody=0;strokeColor=inherit;top=0;left=0;bottom=0;right=0;collapsible=0;dropTarget=0;fillColor=none;points=[[0,0.5],[1,0.5]];portConstraint=eastwest;fontSize=12;" parent="items" vertex="1">
                    <mxGeometry y="82" width="360" height="26" as="geometry"/>
                </mxCell>
                <mxCell id="items-r3-c" value="dietary_tags : dietary_tag[]" style="shape=partialRectangle;html=1;whiteSpace=wrap;connectable=0;strokeColor=inherit;overflow=hidden;fillColor=none;top=0;left=0;bottom=0;right=0;pointerEvents=1;align=left;spacingLeft=10;" parent="items-r3" vertex="1">
                    <mxGeometry width="360" height="26" as="geometry">
                        <mxRectangle width="360" height="26" as="alternateBounds"/>
                    </mxGeometry>
                </mxCell>
                <mxCell id="items-r4" value="" style="shape=tableRow;horizontal=0;startSize=0;swimlaneHead=0;swimlaneBody=0;strokeColor=inherit;top=0;left=0;bottom=0;right=0;collapsible=0;dropTarget=0;fillColor=none;points=[[0,0.5],[1,0.5]];portConstraint=eastwest;fontSize=12;" parent="items" vertex="1">
                    <mxGeometry y="108" width="360" height="26" as="geometry"/>
                </mxCell>
                <mxCell id="items-r4-c" value="created_at : TIMESTAMPTZ" style="shape=partialRectangle;html=1;whiteSpace=wrap;connectable=0;strokeColor=inherit;overflow=hidden;fillColor=none;top=0;left=0;bottom=0;right=0;pointerEvents=1;align=left;spacingLeft=10;fontColor=#666666;" parent="items-r4" vertex="1">
                    <mxGeometry width="360" height="26" as="geometry">
                        <mxRectangle width="360" height="26" as="alternateBounds"/>
                    </mxGeometry>
                </mxCell>
                <mxCell id="items-r5" value="" style="shape=tableRow;horizontal=0;startSize=0;swimlaneHead=0;swimlaneBody=0;strokeColor=inherit;top=0;left=0;bottom=0;right=0;collapsible=0;dropTarget=0;fillColor=none;points=[[0,0.5],[1,0.5]];portConstraint=eastwest;fontSize=12;" parent="items" vertex="1">
                    <mxGeometry y="134" width="360" height="26" as="geometry"/>
                </mxCell>
                <mxCell id="items-r5-c" value="updated_at : TIMESTAMPTZ" style="shape=partialRectangle;html=1;whiteSpace=wrap;connectable=0;strokeColor=inherit;overflow=hidden;fillColor=none;top=0;left=0;bottom=0;right=0;pointerEvents=1;align=left;spacingLeft=10;fontColor=#666666;" parent="items-r5" vertex="1">
                    <mxGeometry width="360" height="26" as="geometry">
                        <mxRectangle width="360" height="26" as="alternateBounds"/>
                    </mxGeometry>
                </mxCell>
                <mxCell id="pricing" value="pricing_structures" style="shape=table;startSize=30;container=1;collapsible=0;childLayout=tableLayout;fontSize=14;fontStyle=1;fillColor=#e1d5e7;strokeColor=#9673a6;" parent="1" vertex="1">
                    <mxGeometry x="770" y="470" width="360" height="212" as="geometry"/>
                </mxCell>
                <mxCell id="pricing-r1" value="" style="shape=tableRow;horizontal=0;startSize=0;swimlaneHead=0;swimlaneBody=0;strokeColor=inherit;top=0;left=0;bottom=0;right=0;collapsible=0;dropTarget=0;fillColor=none;points=[[0,0.5],[1,0.5]];portConstraint=eastwest;fontSize=12;" parent="pricing" vertex="1">
                    <mxGeometry y="30" width="360" height="26" as="geometry"/>
                </mxCell>
                <mxCell id="pricing-r1-c" value="caterer_id : BIGINT  (PK, FK → caterers.id)" style="shape=partialRectangle;html=1;whiteSpace=wrap;connectable=0;strokeColor=inherit;overflow=hidden;fillColor=none;top=0;left=0;bottom=0;right=0;pointerEvents=1;fontStyle=5;align=left;spacingLeft=10;" parent="pricing-r1" vertex="1">
                    <mxGeometry width="360" height="26" as="geometry">
                        <mxRectangle width="360" height="26" as="alternateBounds"/>
                    </mxGeometry>
                </mxCell>
                <mxCell id="pricing-r2" value="" style="shape=tableRow;horizontal=0;startSize=0;swimlaneHead=0;swimlaneBody=0;strokeColor=inherit;top=0;left=0;bottom=0;right=0;collapsible=0;dropTarget=0;fillColor=none;points=[[0,0.5],[1,0.5]];portConstraint=eastwest;fontSize=12;" parent="pricing" vertex="1">
                    <mxGeometry y="56" width="360" height="26" as="geometry"/>
                </mxCell>
                <mxCell id="pricing-r2-c" value="price_per_item : NUMERIC(10,2)" style="shape=partialRectangle;html=1;whiteSpace=wrap;connectable=0;strokeColor=inherit;overflow=hidden;fillColor=none;top=0;left=0;bottom=0;right=0;pointerEvents=1;align=left;spacingLeft=10;" parent="pricing-r2" vertex="1">
                    <mxGeometry width="360" height="26" as="geometry">
                        <mxRectangle width="360" height="26" as="alternateBounds"/>
                    </mxGeometry>
                </mxCell>
                <mxCell id="pricing-r3" value="" style="shape=tableRow;horizontal=0;startSize=0;swimlaneHead=0;swimlaneBody=0;strokeColor=inherit;top=0;left=0;bottom=0;right=0;collapsible=0;dropTarget=0;fillColor=none;points=[[0,0.5],[1,0.5]];portConstraint=eastwest;fontSize=12;" parent="pricing" vertex="1">
                    <mxGeometry y="82" width="360" height="26" as="geometry"/>
                </mxCell>
                <mxCell id="pricing-r3-c" value="flat_delivery_fee : NUMERIC(10,2)" style="shape=partialRectangle;html=1;whiteSpace=wrap;connectable=0;strokeColor=inherit;overflow=hidden;fillColor=none;top=0;left=0;bottom=0;right=0;pointerEvents=1;align=left;spacingLeft=10;" parent="pricing-r3" vertex="1">
                    <mxGeometry width="360" height="26" as="geometry">
                        <mxRectangle width="360" height="26" as="alternateBounds"/>
                    </mxGeometry>
                </mxCell>
                <mxCell id="pricing-r4" value="" style="shape=tableRow;horizontal=0;startSize=0;swimlaneHead=0;swimlaneBody=0;strokeColor=inherit;top=0;left=0;bottom=0;right=0;collapsible=0;dropTarget=0;fillColor=none;points=[[0,0.5],[1,0.5]];portConstraint=eastwest;fontSize=12;" parent="pricing" vertex="1">
                    <mxGeometry y="108" width="360" height="26" as="geometry"/>
                </mxCell>
                <mxCell id="pricing-r4-c" value="per_trip_fee : NUMERIC(10,2)" style="shape=partialRectangle;html=1;whiteSpace=wrap;connectable=0;strokeColor=inherit;overflow=hidden;fillColor=none;top=0;left=0;bottom=0;right=0;pointerEvents=1;align=left;spacingLeft=10;" parent="pricing-r4" vertex="1">
                    <mxGeometry width="360" height="26" as="geometry">
                        <mxRectangle width="360" height="26" as="alternateBounds"/>
                    </mxGeometry>
                </mxCell>
                <mxCell id="pricing-r5" value="" style="shape=tableRow;horizontal=0;startSize=0;swimlaneHead=0;swimlaneBody=0;strokeColor=inherit;top=0;left=0;bottom=0;right=0;collapsible=0;dropTarget=0;fillColor=none;points=[[0,0.5],[1,0.5]];portConstraint=eastwest;fontSize=12;" parent="pricing" vertex="1">
                    <mxGeometry y="134" width="360" height="26" as="geometry"/>
                </mxCell>
                <mxCell id="pricing-r5-c" value="per_school_fee : NUMERIC(10,2)" style="shape=partialRectangle;html=1;whiteSpace=wrap;connectable=0;strokeColor=inherit;overflow=hidden;fillColor=none;top=0;left=0;bottom=0;right=0;pointerEvents=1;align=left;spacingLeft=10;" parent="pricing-r5" vertex="1">
                    <mxGeometry width="360" height="26" as="geometry">
                        <mxRectangle width="360" height="26" as="alternateBounds"/>
                    </mxGeometry>
                </mxCell>
                <mxCell id="pricing-r6" value="" style="shape=tableRow;horizontal=0;startSize=0;swimlaneHead=0;swimlaneBody=0;strokeColor=inherit;top=0;left=0;bottom=0;right=0;collapsible=0;dropTarget=0;fillColor=none;points=[[0,0.5],[1,0.5]];portConstraint=eastwest;fontSize=12;" parent="pricing" vertex="1">
                    <mxGeometry y="160" width="360" height="26" as="geometry"/>
                </mxCell>
                <mxCell id="pricing-r6-c" value="created_at : TIMESTAMPTZ" style="shape=partialRectangle;html=1;whiteSpace=wrap;connectable=0;strokeColor=inherit;overflow=hidden;fillColor=none;top=0;left=0;bottom=0;right=0;pointerEvents=1;align=left;spacingLeft=10;fontColor=#666666;" parent="pricing-r6" vertex="1">
                    <mxGeometry width="360" height="26" as="geometry">
                        <mxRectangle width="360" height="26" as="alternateBounds"/>
                    </mxGeometry>
                </mxCell>
                <mxCell id="pricing-r7" value="" style="shape=tableRow;horizontal=0;startSize=0;swimlaneHead=0;swimlaneBody=0;strokeColor=inherit;top=0;left=0;bottom=0;right=0;collapsible=0;dropTarget=0;fillColor=none;points=[[0,0.5],[1,0.5]];portConstraint=eastwest;fontSize=12;" parent="pricing" vertex="1">
                    <mxGeometry y="186" width="360" height="26" as="geometry"/>
                </mxCell>
                <mxCell id="pricing-r7-c" value="updated_at : TIMESTAMPTZ" style="shape=partialRectangle;html=1;whiteSpace=wrap;connectable=0;strokeColor=inherit;overflow=hidden;fillColor=none;top=0;left=0;bottom=0;right=0;pointerEvents=1;align=left;spacingLeft=10;fontColor=#666666;" parent="pricing-r7" vertex="1">
                    <mxGeometry width="360" height="26" as="geometry">
                        <mxRectangle width="360" height="26" as="alternateBounds"/>
                    </mxGeometry>
                </mxCell>
                <mxCell id="new-sessions" value="sessions" style="shape=table;startSize=30;container=1;collapsible=0;childLayout=tableLayout;fontSize=14;fontStyle=1;fillColor=#d5e8d4;strokeColor=#82b366;" vertex="1" parent="1">
-                     <mxGeometry x="1170" y="432" width="360" height="212" as="geometry"/>
+                     <mxGeometry x="1170" y="432" width="360" height="186" as="geometry"/>
                </mxCell>
                <mxCell id="new-sessions-r1" value="" style="shape=tableRow;horizontal=0;startSize=0;swimlaneHead=0;swimlaneBody=0;strokeColor=inherit;top=0;left=0;bottom=0;right=0;collapsible=0;dropTarget=0;fillColor=none;points=[[0,0.5],[1,0.5]];portConstraint=eastwest;fontSize=12;" vertex="1" parent="new-sessions">
                    <mxGeometry y="30" width="360" height="26" as="geometry"/>
                </mxCell>
                <mxCell id="new-sessions-r1-c" value="program_id : BIGINT  (PK, FK → programs.id)" style="shape=partialRectangle;html=1;whiteSpace=wrap;connectable=0;strokeColor=inherit;overflow=hidden;fillColor=none;top=0;left=0;bottom=0;right=0;pointerEvents=1;fontStyle=5;align=left;spacingLeft=10;" vertex="1" parent="new-sessions-r1">
                    <mxGeometry width="360" height="26" as="geometry">
                        <mxRectangle width="360" height="26" as="alternateBounds"/>
                    </mxGeometry>
                </mxCell>
                <mxCell id="new-sessions-r2" value="" style="shape=tableRow;horizontal=0;startSize=0;swimlaneHead=0;swimlaneBody=0;strokeColor=inherit;top=0;left=0;bottom=0;right=0;collapsible=0;dropTarget=0;fillColor=none;points=[[0,0.5],[1,0.5]];portConstraint=eastwest;fontSize=12;" vertex="1" parent="new-sessions">
                    <mxGeometry y="56" width="360" height="26" as="geometry"/>
                </mxCell>
                <mxCell id="new-sessions-r2-c" value="date : DATE  (PK)" style="shape=partialRectangle;html=1;whiteSpace=wrap;connectable=0;strokeColor=inherit;overflow=hidden;fillColor=none;top=0;left=0;bottom=0;right=0;pointerEvents=1;fontStyle=5;align=left;spacingLeft=10;" vertex="1" parent="new-sessions-r2">
                    <mxGeometry width="360" height="26" as="geometry">
                        <mxRectangle width="360" height="26" as="alternateBounds"/>
                    </mxGeometry>
                </mxCell>
                <mxCell id="new-sessions-r3" value="" style="shape=tableRow;horizontal=0;startSize=0;swimlaneHead=0;swimlaneBody=0;strokeColor=inherit;top=0;left=0;bottom=0;right=0;collapsible=0;dropTarget=0;fillColor=none;points=[[0,0.5],[1,0.5]];portConstraint=eastwest;fontSize=12;" vertex="1" parent="new-sessions">
                    <mxGeometry y="82" width="360" height="26" as="geometry"/>
                </mxCell>
                <mxCell id="new-sessions-r3-c" value="sub_manager_name : TEXT  (nullable)" style="shape=partialRectangle;html=1;whiteSpace=wrap;connectable=0;strokeColor=inherit;overflow=hidden;fillColor=none;top=0;left=0;bottom=0;right=0;pointerEvents=1;align=left;spacingLeft=10;" vertex="1" parent="new-sessions-r3">
                    <mxGeometry width="360" height="26" as="geometry">
                        <mxRectangle width="360" height="26" as="alternateBounds"/>
                    </mxGeometry>
                </mxCell>
                <mxCell id="new-sessions-r4" value="" style="shape=tableRow;horizontal=0;startSize=0;swimlaneHead=0;swimlaneBody=0;strokeColor=inherit;top=0;left=0;bottom=0;right=0;collapsible=0;dropTarget=0;fillColor=none;points=[[0,0.5],[1,0.5]];portConstraint=eastwest;fontSize=12;" vertex="1" parent="new-sessions">
                    <mxGeometry y="108" width="360" height="26" as="geometry"/>
                </mxCell>
-                 <mxCell id="new-sessions-r4-c" value="sub_manager_email : TEXT  (nullable)" style="shape=partialRectangle;html=1;whiteSpace=wrap;connectable=0;strokeColor=inherit;overflow=hidden;fillColor=none;top=0;left=0;bottom=0;right=0;pointerEvents=1;align=left;spacingLeft=10;" vertex="1" parent="new-sessions-r4">
+                 <mxCell id="new-sessions-r4-c" value="sub_manager_mobile : TEXT  (nullable)" style="shape=partialRectangle;html=1;whiteSpace=wrap;connectable=0;strokeColor=inherit;overflow=hidden;fillColor=none;top=0;left=0;bottom=0;right=0;pointerEvents=1;align=left;spacingLeft=10;" vertex="1" parent="new-sessions-r4">
                    <mxGeometry width="360" height="26" as="geometry">
                        <mxRectangle width="360" height="26" as="alternateBounds"/>
                    </mxGeometry>
                </mxCell>
                <mxCell id="new-sessions-r5" value="" style="shape=tableRow;horizontal=0;startSize=0;swimlaneHead=0;swimlaneBody=0;strokeColor=inherit;top=0;left=0;bottom=0;right=0;collapsible=0;dropTarget=0;fillColor=none;points=[[0,0.5],[1,0.5]];portConstraint=eastwest;fontSize=12;" vertex="1" parent="new-sessions">
                    <mxGeometry y="134" width="360" height="26" as="geometry"/>
                </mxCell>
-                 <mxCell id="new-sessions-r5-c" value="sub_manager_mobile : TEXT  (nullable)" style="shape=partialRectangle;html=1;whiteSpace=wrap;connectable=0;strokeColor=inherit;overflow=hidden;fillColor=none;top=0;left=0;bottom=0;right=0;pointerEvents=1;align=left;spacingLeft=10;" vertex="1" parent="new-sessions-r5">
+                 <mxCell id="new-sessions-r5-c" value="created_at : TIMESTAMPTZ" style="shape=partialRectangle;html=1;whiteSpace=wrap;connectable=0;strokeColor=inherit;overflow=hidden;fillColor=none;top=0;left=0;bottom=0;right=0;pointerEvents=1;align=left;spacingLeft=10;fontColor=#666666;" vertex="1" parent="new-sessions-r5">
                    <mxGeometry width="360" height="26" as="geometry">
                        <mxRectangle width="360" height="26" as="alternateBounds"/>
                    </mxGeometry>
                </mxCell>
                <mxCell id="new-sessions-r6" value="" style="shape=tableRow;horizontal=0;startSize=0;swimlaneHead=0;swimlaneBody=0;strokeColor=inherit;top=0;left=0;bottom=0;right=0;collapsible=0;dropTarget=0;fillColor=none;points=[[0,0.5],[1,0.5]];portConstraint=eastwest;fontSize=12;" vertex="1" parent="new-sessions">
                    <mxGeometry y="160" width="360" height="26" as="geometry"/>
                </mxCell>
-                 <mxCell id="new-sessions-r6-c" value="created_at : TIMESTAMPTZ" style="shape=partialRectangle;html=1;whiteSpace=wrap;connectable=0;strokeColor=inherit;overflow=hidden;fillColor=none;top=0;left=0;bottom=0;right=0;pointerEvents=1;align=left;spacingLeft=10;fontColor=#666666;" vertex="1" parent="new-sessions-r6">
-                     <mxGeometry width="360" height="26" as="geometry">
-                         <mxRectangle width="360" height="26" as="alternateBounds"/>
-                     </mxGeometry>
-                 </mxCell>
-                 <mxCell id="new-sessions-r7" value="" style="shape=tableRow;horizontal=0;startSize=0;swimlaneHead=0;swimlaneBody=0;strokeColor=inherit;top=0;left=0;bottom=0;right=0;collapsible=0;dropTarget=0;fillColor=none;points=[[0,0.5],[1,0.5]];portConstraint=eastwest;fontSize=12;" vertex="1" parent="new-sessions">
-                     <mxGeometry y="186" width="360" height="26" as="geometry"/>
-                 </mxCell>
-                 <mxCell id="new-sessions-r7-c" value="updated_at : TIMESTAMPTZ" style="shape=partialRectangle;html=1;whiteSpace=wrap;connectable=0;strokeColor=inherit;overflow=hidden;fillColor=none;top=0;left=0;bottom=0;right=0;pointerEvents=1;align=left;spacingLeft=10;fontColor=#666666;" vertex="1" parent="new-sessions-r7">
+                 <mxCell id="new-sessions-r6-c" value="updated_at : TIMESTAMPTZ" style="shape=partialRectangle;html=1;whiteSpace=wrap;connectable=0;strokeColor=inherit;overflow=hidden;fillColor=none;top=0;left=0;bottom=0;right=0;pointerEvents=1;align=left;spacingLeft=10;fontColor=#666666;" vertex="1" parent="new-sessions-r6">
                    <mxGeometry width="360" height="26" as="geometry">
                        <mxRectangle width="360" height="26" as="alternateBounds"/>
                    </mxGeometry>
                </mxCell>
                <mxCell id="absences" value="absences" style="shape=table;startSize=30;container=1;collapsible=0;childLayout=tableLayout;fontSize=14;fontStyle=1;fillColor=#fff2cc;strokeColor=#d6b656;" vertex="1" parent="1">
                    <mxGeometry x="1580" y="220" width="360" height="160" as="geometry"/>
                </mxCell>
                <mxCell id="absences-r1" value="" style="shape=tableRow;horizontal=0;startSize=0;swimlaneHead=0;swimlaneBody=0;strokeColor=inherit;top=0;left=0;bottom=0;right=0;collapsible=0;dropTarget=0;fillColor=none;points=[[0,0.5],[1,0.5]];portConstraint=eastwest;fontSize=12;" vertex="1" parent="absences">
                    <mxGeometry y="30" width="360" height="26" as="geometry"/>
                </mxCell>
                <mxCell id="absences-r1-c" value="student_id : BIGINT  (PK, FK → students.id)" style="shape=partialRectangle;html=1;whiteSpace=wrap;connectable=0;strokeColor=inherit;overflow=hidden;fillColor=none;top=0;left=0;bottom=0;right=0;pointerEvents=1;fontStyle=5;align=left;spacingLeft=10;" vertex="1" parent="absences-r1">
                    <mxGeometry width="360" height="26" as="geometry">
                        <mxRectangle width="360" height="26" as="alternateBounds"/>
                    </mxGeometry>
                </mxCell>
                <mxCell id="absences-r2" value="" style="shape=tableRow;horizontal=0;startSize=0;swimlaneHead=0;swimlaneBody=0;strokeColor=inherit;top=0;left=0;bottom=0;right=0;collapsible=0;dropTarget=0;fillColor=none;points=[[0,0.5],[1,0.5]];portConstraint=eastwest;fontSize=12;" vertex="1" parent="absences">
                    <mxGeometry y="56" width="360" height="26" as="geometry"/>
                </mxCell>
                <mxCell id="absences-r2-c" value="program_id : BIGINT  (PK, FK → sessions.program_id)" style="shape=partialRectangle;html=1;whiteSpace=wrap;connectable=0;strokeColor=inherit;overflow=hidden;fillColor=none;top=0;left=0;bottom=0;right=0;pointerEvents=1;fontStyle=5;align=left;spacingLeft=10;" vertex="1" parent="absences-r2">
                    <mxGeometry width="360" height="26" as="geometry">
                        <mxRectangle width="360" height="26" as="alternateBounds"/>
                    </mxGeometry>
                </mxCell>
                <mxCell id="absences-r3" value="" style="shape=tableRow;horizontal=0;startSize=0;swimlaneHead=0;swimlaneBody=0;strokeColor=inherit;top=0;left=0;bottom=0;right=0;collapsible=0;dropTarget=0;fillColor=none;points=[[0,0.5],[1,0.5]];portConstraint=eastwest;fontSize=12;" vertex="1" parent="absences">
                    <mxGeometry y="82" width="360" height="26" as="geometry"/>
                </mxCell>
                <mxCell id="absences-r3-c" value="date : DATE  (PK, FK → sessions.date)" style="shape=partialRectangle;html=1;whiteSpace=wrap;connectable=0;strokeColor=inherit;overflow=hidden;fillColor=none;top=0;left=0;bottom=0;right=0;pointerEvents=1;fontStyle=5;align=left;spacingLeft=10;" vertex="1" parent="absences-r3">
                    <mxGeometry width="360" height="26" as="geometry">
                        <mxRectangle width="360" height="26" as="alternateBounds"/>
                    </mxGeometry>
                </mxCell>
                <mxCell id="absences-r4" value="" style="shape=tableRow;horizontal=0;startSize=0;swimlaneHead=0;swimlaneBody=0;strokeColor=inherit;top=0;left=0;bottom=0;right=0;collapsible=0;dropTarget=0;fillColor=none;points=[[0,0.5],[1,0.5]];portConstraint=eastwest;fontSize=12;" vertex="1" parent="absences">
                    <mxGeometry y="108" width="360" height="26" as="geometry"/>
                </mxCell>
                <mxCell id="absences-r4-c" value="created_at : TIMESTAMPTZ" style="shape=partialRectangle;html=1;whiteSpace=wrap;connectable=0;strokeColor=inherit;overflow=hidden;fillColor=none;top=0;left=0;bottom=0;right=0;pointerEvents=1;align=left;spacingLeft=10;fontColor=#666666;" vertex="1" parent="absences-r4">
                    <mxGeometry width="360" height="26" as="geometry">
                        <mxRectangle width="360" height="26" as="alternateBounds"/>
                    </mxGeometry>
                </mxCell>
                <mxCell id="absences-r5" value="" style="shape=tableRow;horizontal=0;startSize=0;swimlaneHead=0;swimlaneBody=0;strokeColor=inherit;top=0;left=0;bottom=0;right=0;collapsible=0;dropTarget=0;fillColor=none;points=[[0,0.5],[1,0.5]];portConstraint=eastwest;fontSize=12;" vertex="1" parent="absences">
                    <mxGeometry y="134" width="360" height="26" as="geometry"/>
                </mxCell>
                <mxCell id="absences-r5-c" value="updated_at : TIMESTAMPTZ" style="shape=partialRectangle;html=1;whiteSpace=wrap;connectable=0;strokeColor=inherit;overflow=hidden;fillColor=none;top=0;left=0;bottom=0;right=0;pointerEvents=1;align=left;spacingLeft=10;fontColor=#666666;" vertex="1" parent="absences-r5">
                    <mxGeometry width="360" height="26" as="geometry">
                        <mxRectangle width="360" height="26" as="alternateBounds"/>
                    </mxGeometry>
                </mxCell>
                <mxCell id="fk-sessions-schools" style="edgeStyle=entityRelationEdgeStyle;fontSize=12;html=1;endArrow=ERone;startArrow=ERmany;rounded=0;exitX=0;exitY=0.5;exitDx=0;exitDy=0;entryX=1;entryY=0.5;entryDx=0;entryDy=0;" parent="1" source="sessions-r2" target="schools-r1" edge="1">
                    <mxGeometry relative="1" as="geometry"/>
                </mxCell>
                <mxCell id="fk-enrolments-programs" style="edgeStyle=entityRelationEdgeStyle;fontSize=12;html=1;endArrow=ERone;startArrow=ERmany;rounded=0;exitX=0;exitY=0.5;exitDx=0;exitDy=0;entryX=1;entryY=0.5;entryDx=0;entryDy=0;" edge="1" parent="1" source="enrolments-r3" target="sessions-r1">
                    <mxGeometry relative="1" as="geometry"/>
                </mxCell>
                <mxCell id="fk-newsessions-programs" style="edgeStyle=entityRelationEdgeStyle;fontSize=12;html=1;endArrow=ERone;startArrow=ERmany;rounded=0;exitX=0;exitY=0.5;exitDx=0;exitDy=0;entryX=1;entryY=0.5;entryDx=0;entryDy=0;" edge="1" parent="1" source="new-sessions-r1" target="sessions-r1">
                    <mxGeometry relative="1" as="geometry"/>
                </mxCell>
                <mxCell id="fk-absences-students" style="edgeStyle=entityRelationEdgeStyle;fontSize=12;html=1;endArrow=ERone;startArrow=ERmany;rounded=0;exitX=0;exitY=0.5;exitDx=0;exitDy=0;entryX=1;entryY=0.5;entryDx=0;entryDy=0;" edge="1" parent="1" source="absences-r1" target="students-r1">
                    <mxGeometry relative="1" as="geometry"/>
                </mxCell>
                <mxCell id="fk-absences-newsessions" style="edgeStyle=entityRelationEdgeStyle;fontSize=12;html=1;endArrow=ERone;startArrow=ERmany;rounded=0;exitX=1;exitY=0.5;exitDx=0;exitDy=0;entryX=1;entryY=0.5;entryDx=0;entryDy=0;" edge="1" parent="1" source="absences-r2" target="new-sessions-r1">
                    <mxGeometry relative="1" as="geometry">
                        <Array as="points">
                            <mxPoint x="1960" y="330"/>
                            <mxPoint x="1560" y="775"/>
                            <mxPoint x="2000" y="490"/>
                            <mxPoint x="1960" y="450"/>
                            <mxPoint x="1560" y="495"/>
                        </Array>
                    </mxGeometry>
                </mxCell>
                <mxCell id="fk-enrolments-students" style="edgeStyle=entityRelationEdgeStyle;fontSize=12;html=1;endArrow=ERone;startArrow=ERmany;rounded=0;exitX=1;exitY=0.5;exitDx=0;exitDy=0;entryX=0;entryY=0.5;entryDx=0;entryDy=0;" parent="1" source="enrolments-r2" target="students-r1" edge="1">
                    <mxGeometry relative="1" as="geometry"/>
                </mxCell>
                <mxCell id="fk-schools-caterers" style="edgeStyle=entityRelationEdgeStyle;fontSize=12;html=1;endArrow=ERone;startArrow=ERmany;rounded=0;exitX=1;exitY=0.5;exitDx=0;exitDy=0;entryX=1;entryY=0.5;entryDx=0;entryDy=0;" parent="1" source="schools-r-cat" target="caterers-r1" edge="1">
                    <mxGeometry relative="1" as="geometry">
                        <mxPoint x="20" y="300" as="sourcePoint"/>
                        <mxPoint x="340" y="420" as="targetPoint"/>
                        <Array as="points">
                            <mxPoint x="350" y="230"/>
                            <mxPoint y="370"/>
                            <mxPoint x="250" y="420"/>
                            <mxPoint x="320" y="400"/>
                            <mxPoint x="20" y="340"/>
                            <mxPoint x="80" y="350"/>
                            <mxPoint x="20" y="390"/>
                            <mxPoint x="170" y="370"/>
                            <mxPoint x="10" y="380"/>
                        </Array>
                    </mxGeometry>
                </mxCell>
                <mxCell id="fk-items-caterers" style="edgeStyle=entityRelationEdgeStyle;fontSize=12;html=1;endArrow=ERone;startArrow=ERmany;rounded=0;exitX=0;exitY=0.5;exitDx=0;exitDy=0;entryX=1;entryY=0.5;entryDx=0;entryDy=0;" parent="1" source="items-r1" target="caterers-r1" edge="1">
                    <mxGeometry relative="1" as="geometry"/>
                </mxCell>
                <mxCell id="fk-pricing-caterers" style="edgeStyle=entityRelationEdgeStyle;fontSize=12;html=1;endArrow=ERone;startArrow=ERone;rounded=0;exitX=0;exitY=0.5;exitDx=0;exitDy=0;entryX=1;entryY=0.5;entryDx=0;entryDy=0;" parent="1" source="pricing-r1" target="caterers-r1" edge="1">
                    <mxGeometry relative="1" as="geometry"/>
                </mxCell>
                <mxCell id="footer" value="• Primary keys: BIGINT GENERATED ALWAYS AS IDENTITY (composite PKs on enrolments, items, sessions, absences; pricing_structures uses caterer_id as PK for 1:1)    • day_of_week: ENUM (Mon–Fri)    • dietary_tag: ENUM (&#39;GF&#39;,&#39;DF&#39;,&#39;NF&#39;,&#39;V&#39;,&#39;H&#39;)  — V = vegetarian / vegetarian option, H = halal    • FK on delete: schools→caterers RESTRICT, programs→schools RESTRICT, enrolments→students/programs CASCADE, sessions→programs CASCADE, absences→students/sessions CASCADE, items/pricing→caterers CASCADE    • RLS disabled for now" style="text;html=1;align=left;verticalAlign=middle;fontSize=11;fontStyle=2;fontColor=#555555;" parent="1" vertex="1">
                    <mxGeometry x="40" y="920" width="1600" height="60" as="geometry"/>
                </mxCell>
            </root>
        </mxGraphModel>
    </diagram>
</mxfile>